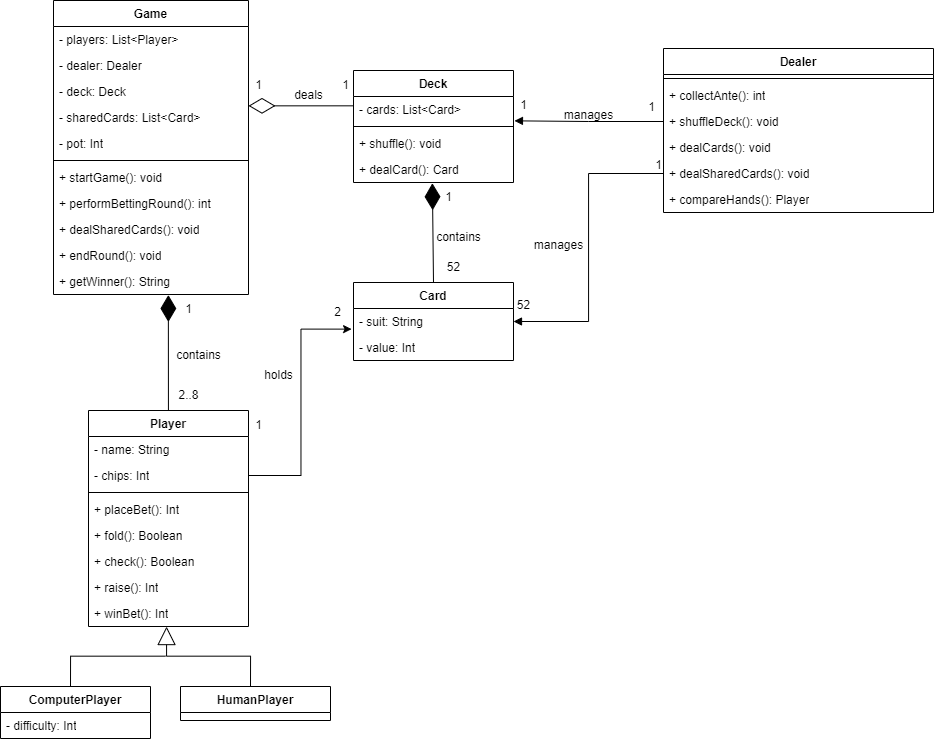
This is Texas.drawio.png from LarryChenCode/IS7020_diagrams, a draw.io export, as it was before one commit. Source tidied: cells renumbered, new cells last; positions are measured from the earlier drawing's top-left corner, leaving out a move shared by most shapes.
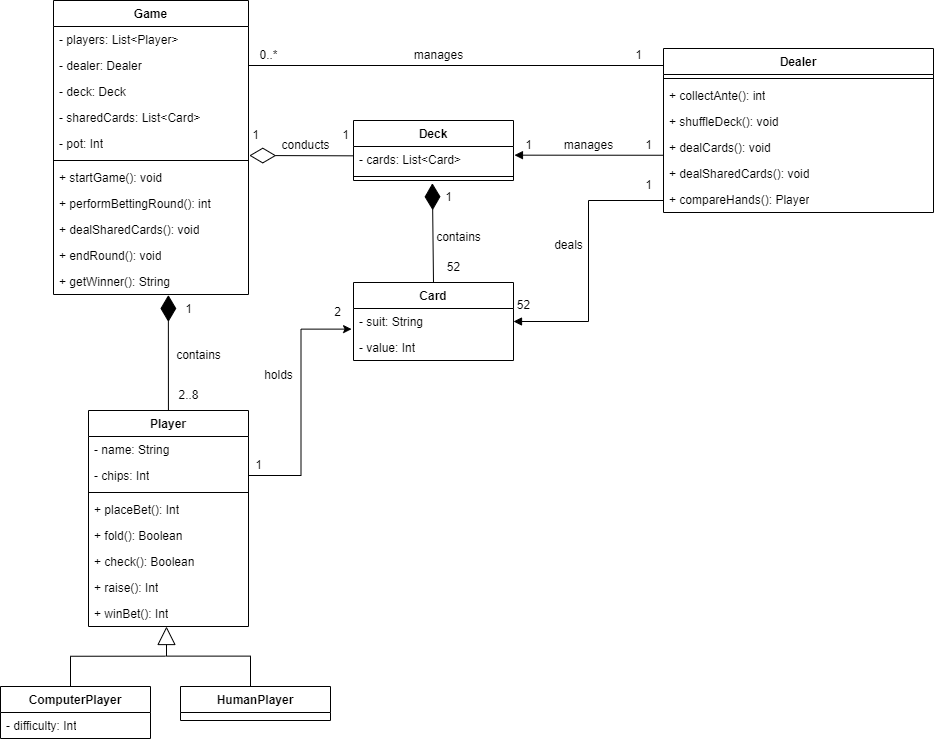
The same file after the commit.

The edit, as a diff of the source:
```diff
@@ -30,7 +30,7 @@
       <mxGeometry y="190" width="160" height="26" as="geometry" />
     </mxCell>
     <mxCell id="11" value="Deck" style="swimlane;fontStyle=1;align=center;verticalAlign=top;horizontal=1;startSize=26;whiteSpace=wrap;html=1;" parent="1" vertex="1">
-      <mxGeometry x="353" y="70" width="160" height="112" as="geometry" />
+      <mxGeometry x="353" y="120" width="160" height="60" as="geometry" />
     </mxCell>
     <mxCell id="12" value="- cards: List&amp;lt;Card&amp;gt;" style="text;strokeColor=none;fillColor=none;align=left;verticalAlign=top;spacingLeft=4;spacingRight=4;overflow=hidden;points=[[0,0.5],[1,0.5]];portConstraint=eastwest;whiteSpace=wrap;html=1;" parent="11" vertex="1">
       <mxGeometry y="26" width="160" height="26" as="geometry" />
@@ -38,12 +38,6 @@
     <mxCell id="13" style="line;strokeWidth=1;fillColor=none;align=left;verticalAlign=middle;spacingTop=-1;spacingLeft=3;spacingRight=3;labelPosition=right;strokeColor=inherit;" parent="11" vertex="1">
       <mxGeometry y="52" width="160" height="8" as="geometry" />
     </mxCell>
-    <mxCell id="14" value="+ shuffle(): void" style="text;strokeColor=none;fillColor=none;align=left;verticalAlign=top;spacingLeft=4;spacingRight=4;overflow=hidden;whiteSpace=wrap;html=1;" parent="11" vertex="1">
-      <mxGeometry y="60" width="160" height="26" as="geometry" />
-    </mxCell>
-    <mxCell id="15" value="+ dealCard(): Card" style="text;strokeColor=none;fillColor=none;align=left;verticalAlign=top;spacingLeft=4;spacingRight=4;overflow=hidden;points=[[0,0.5],[1,0.5]];portConstraint=eastwest;whiteSpace=wrap;html=1;" parent="11" vertex="1">
-      <mxGeometry y="86" width="160" height="26" as="geometry" />
-    </mxCell>
     <mxCell id="16" value="Card" style="swimlane;fontStyle=1;align=center;verticalAlign=top;horizontal=1;startSize=26;whiteSpace=wrap;html=1;" parent="1" vertex="1">
       <mxGeometry x="353" y="282" width="160" height="78" as="geometry" />
     </mxCell>
@@ -138,8 +132,10 @@
         </Array>
       </mxGeometry>
     </mxCell>
-    <mxCell id="43" style="endArrow=diamondThin;endFill=1;endSize=24;html=1;rounded=0;exitX=0.5;exitY=0;exitDx=0;exitDy=0;entryX=0.493;entryY=1.029;entryDx=0;entryDy=0;entryPerimeter=0;" parent="1" edge="1" source="16" target="15">
-      <mxGeometry relative="1" as="geometry" />
+    <mxCell id="43" style="endArrow=diamondThin;endFill=1;endSize=24;html=1;rounded=0;exitX=0.5;exitY=0;exitDx=0;exitDy=0;entryX=0.493;entryY=1.029;entryDx=0;entryDy=0;entryPerimeter=0;" parent="1" edge="1" source="16">
+      <mxGeometry relative="1" as="geometry">
+        <mxPoint x="431.9" y="182.8" as="targetPoint" />
+      </mxGeometry>
     </mxCell>
     <mxCell id="44" value="52" style="text;html=1;align=center;verticalAlign=middle;strokeColor=none;fillColor=none;" parent="1" vertex="1">
       <mxGeometry x="433" y="252" width="40" height="30" as="geometry" />
@@ -151,25 +147,37 @@
       <mxGeometry x="423" y="222" width="70" height="30" as="geometry" />
     </mxCell>
     <mxCell id="47" value="manages" style="text;html=1;align=center;verticalAlign=middle;strokeColor=none;fillColor=none;" parent="1" vertex="1">
-      <mxGeometry x="553" y="100" width="70" height="30" as="geometry" />
+      <mxGeometry x="553" y="130" width="70" height="30" as="geometry" />
     </mxCell>
-    <mxCell id="48" style="endArrow=block;endFill=1;html=1;edgeStyle=orthogonalEdgeStyle;align=left;verticalAlign=top;rounded=0;exitX=0;exitY=0.5;exitDx=0;exitDy=0;entryX=1.006;entryY=0.936;entryDx=0;entryDy=0;entryPerimeter=0;" parent="1" edge="1" source="37" target="12">
-      <mxGeometry x="-1" relative="1" as="geometry" />
+    <mxCell id="48" style="endArrow=block;endFill=1;html=1;edgeStyle=orthogonalEdgeStyle;align=left;verticalAlign=top;rounded=0;exitX=0;exitY=0.5;exitDx=0;exitDy=0;entryX=1.006;entryY=0.936;entryDx=0;entryDy=0;entryPerimeter=0;" parent="1" edge="1">
+      <mxGeometry x="-1" relative="1" as="geometry">
+        <mxPoint x="663" y="105.3" as="sourcePoint" />
+        <mxPoint x="514" y="154.7" as="targetPoint" />
+        <Array as="points">
+          <mxPoint x="663" y="154.3" />
+        </Array>
+      </mxGeometry>
     </mxCell>
     <mxCell id="49" value="1" style="text;html=1;align=center;verticalAlign=middle;strokeColor=none;fillColor=none;" parent="1" vertex="1">
-      <mxGeometry x="636" y="92" width="30" height="30" as="geometry" />
+      <mxGeometry x="633" y="130" width="30" height="30" as="geometry" />
     </mxCell>
     <mxCell id="50" value="1" style="text;html=1;align=center;verticalAlign=middle;strokeColor=none;fillColor=none;" parent="1" vertex="1">
-      <mxGeometry x="508" y="90" width="30" height="30" as="geometry" />
+      <mxGeometry x="513" y="130" width="30" height="30" as="geometry" />
     </mxCell>
     <mxCell id="51" style="endArrow=block;endFill=1;html=1;edgeStyle=orthogonalEdgeStyle;align=left;verticalAlign=top;rounded=0;exitX=0;exitY=0.5;exitDx=0;exitDy=0;entryX=1;entryY=0.5;entryDx=0;entryDy=0;" parent="1" edge="1" source="39" target="17">
-      <mxGeometry x="-1" relative="1" as="geometry" />
+      <mxGeometry x="-1" relative="1" as="geometry">
+        <Array as="points">
+          <mxPoint x="663" y="200" />
+          <mxPoint x="588" y="200" />
+          <mxPoint x="588" y="321" />
+        </Array>
+      </mxGeometry>
     </mxCell>
-    <mxCell id="52" value="manages" style="text;html=1;align=center;verticalAlign=middle;strokeColor=none;fillColor=none;" parent="1" vertex="1">
-      <mxGeometry x="523" y="230" width="70" height="30" as="geometry" />
+    <mxCell id="52" value="deals" style="text;html=1;align=center;verticalAlign=middle;strokeColor=none;fillColor=none;" parent="1" vertex="1">
+      <mxGeometry x="543" y="230" width="50" height="30" as="geometry" />
     </mxCell>
     <mxCell id="53" value="1" style="text;html=1;align=center;verticalAlign=middle;strokeColor=none;fillColor=none;" parent="1" vertex="1">
-      <mxGeometry x="643" y="150" width="30" height="30" as="geometry" />
+      <mxGeometry x="633" y="170" width="30" height="30" as="geometry" />
     </mxCell>
     <mxCell id="54" value="52" style="text;html=1;align=center;verticalAlign=middle;strokeColor=none;fillColor=none;" parent="1" vertex="1">
       <mxGeometry x="503" y="290" width="40" height="30" as="geometry" />
@@ -186,25 +194,23 @@
     <mxCell id="58" value="1" style="text;html=1;align=center;verticalAlign=middle;strokeColor=none;fillColor=none;" parent="1" vertex="1">
       <mxGeometry x="173" y="294" width="30" height="30" as="geometry" />
     </mxCell>
-    <mxCell id="59" style="endArrow=diamondThin;endFill=0;endSize=24;html=1;rounded=0;exitX=0;exitY=0.359;exitDx=0;exitDy=0;entryX=0.998;entryY=0.218;entryDx=0;entryDy=0;entryPerimeter=0;exitPerimeter=0;" parent="1" edge="1" source="12">
-      <mxGeometry relative="1" as="geometry">
-        <mxPoint x="248" y="105.3" as="targetPoint" />
-      </mxGeometry>
+    <mxCell id="59" style="endArrow=diamondThin;endFill=0;endSize=24;html=1;rounded=0;exitX=0;exitY=0.359;exitDx=0;exitDy=0;exitPerimeter=0;entryX=1.004;entryY=0.962;entryDx=0;entryDy=0;entryPerimeter=0;" parent="1" edge="1" source="12" target="24">
+      <mxGeometry relative="1" as="geometry" />
     </mxCell>
-    <mxCell id="60" value="deals" style="text;html=1;align=center;verticalAlign=middle;strokeColor=none;fillColor=none;" parent="1" vertex="1">
-      <mxGeometry x="283" y="80" width="50" height="30" as="geometry" />
+    <mxCell id="60" value="conducts" style="text;html=1;align=center;verticalAlign=middle;strokeColor=none;fillColor=none;" parent="1" vertex="1">
+      <mxGeometry x="270" y="130" width="70" height="30" as="geometry" />
     </mxCell>
     <mxCell id="61" value="1" style="text;html=1;align=center;verticalAlign=middle;strokeColor=none;fillColor=none;" parent="1" vertex="1">
-      <mxGeometry x="243" y="70" width="30" height="30" as="geometry" />
+      <mxGeometry x="240" y="120" width="30" height="30" as="geometry" />
     </mxCell>
     <mxCell id="62" value="1" style="text;html=1;align=center;verticalAlign=middle;strokeColor=none;fillColor=none;" parent="1" vertex="1">
-      <mxGeometry x="330" y="70" width="30" height="30" as="geometry" />
+      <mxGeometry x="330" y="120" width="30" height="30" as="geometry" />
     </mxCell>
     <mxCell id="63" style="edgeStyle=orthogonalEdgeStyle;rounded=0;jettySize=auto;html=1;exitX=1;exitY=0.5;exitDx=0;exitDy=0;entryX=-0.012;entryY=-0.207;entryDx=0;entryDy=0;entryPerimeter=0;" parent="1" edge="1" source="4" target="18">
       <mxGeometry relative="1" as="geometry" />
     </mxCell>
     <mxCell id="64" value="1" style="text;html=1;align=center;verticalAlign=middle;strokeColor=none;fillColor=none;" parent="1" vertex="1">
-      <mxGeometry x="243" y="410" width="30" height="30" as="geometry" />
+      <mxGeometry x="243" y="450" width="30" height="30" as="geometry" />
     </mxCell>
     <mxCell id="65" value="2" style="text;html=1;align=center;verticalAlign=middle;strokeColor=none;fillColor=none;" parent="1" vertex="1">
       <mxGeometry x="322" y="297" width="30" height="30" as="geometry" />
@@ -212,5 +218,23 @@
     <mxCell id="66" value="holds" style="text;html=1;align=center;verticalAlign=middle;strokeColor=none;fillColor=none;" parent="1" vertex="1">
       <mxGeometry x="253" y="360" width="50" height="30" as="geometry" />
     </mxCell>
+    <mxCell id="67" style="endArrow=none;html=1;edgeStyle=orthogonalEdgeStyle;rounded=0;exitX=1;exitY=0.5;exitDx=0;exitDy=0;" parent="1" edge="1" source="21">
+      <mxGeometry relative="1" as="geometry">
+        <mxPoint x="663" y="67" as="targetPoint" />
+        <Array as="points">
+          <mxPoint x="663" y="65" />
+          <mxPoint x="663" y="67" />
+        </Array>
+      </mxGeometry>
+    </mxCell>
+    <mxCell id="68" value="0..*" style="text;html=1;align=center;verticalAlign=middle;strokeColor=none;fillColor=none;" parent="1" vertex="1">
+      <mxGeometry x="248" y="40" width="40" height="30" as="geometry" />
+    </mxCell>
+    <mxCell id="69" value="1" style="text;html=1;align=center;verticalAlign=middle;strokeColor=none;fillColor=none;" parent="1" vertex="1">
+      <mxGeometry x="623" y="40" width="30" height="30" as="geometry" />
+    </mxCell>
+    <mxCell id="70" value="manages" style="text;html=1;align=center;verticalAlign=middle;strokeColor=none;fillColor=none;" parent="1" vertex="1">
+      <mxGeometry x="403" y="40" width="70" height="30" as="geometry" />
+    </mxCell>
   </root>
 </mxGraphModel>
```
